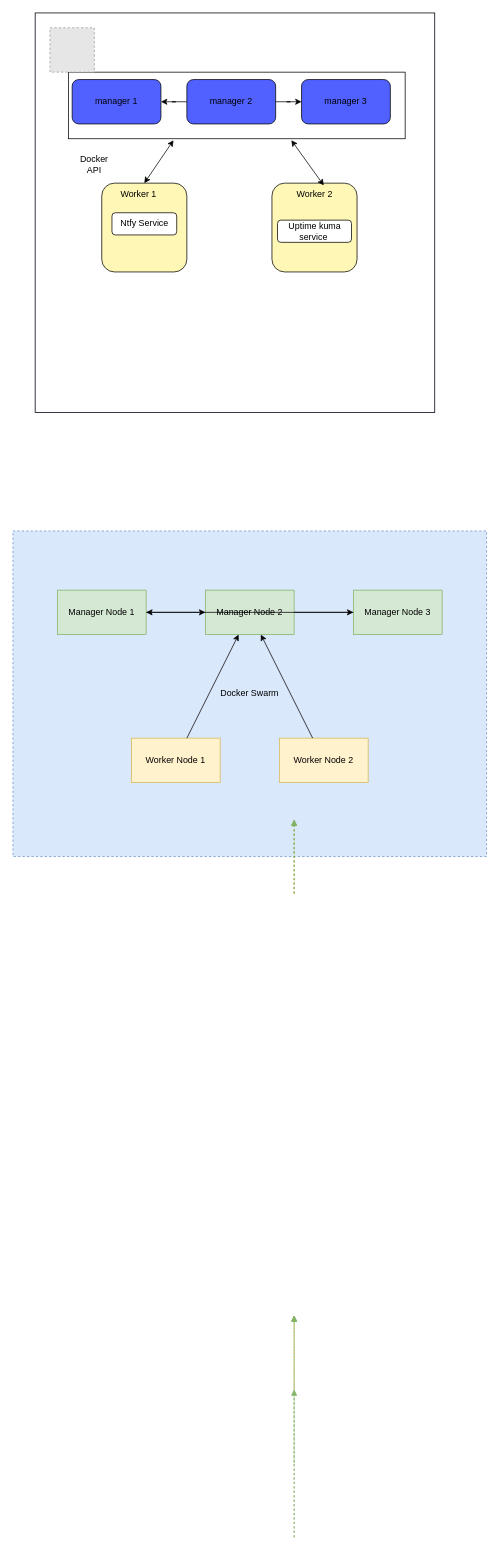
This is Untitled Diagram.drawio from aaiyanna1/drawio, a draw.io file, before an edit. Source tidied: cells renumbered, new cells numbered last; positions are measured from the earlier drawing's top-left corner, leaving out a move shared by most shapes. Both pictures are drawn from the tidied source at 74%, with x=0, y=0 at pixel (13, 13). Pictures stored in the file or linked from it are replaced by grey dashed boxes.
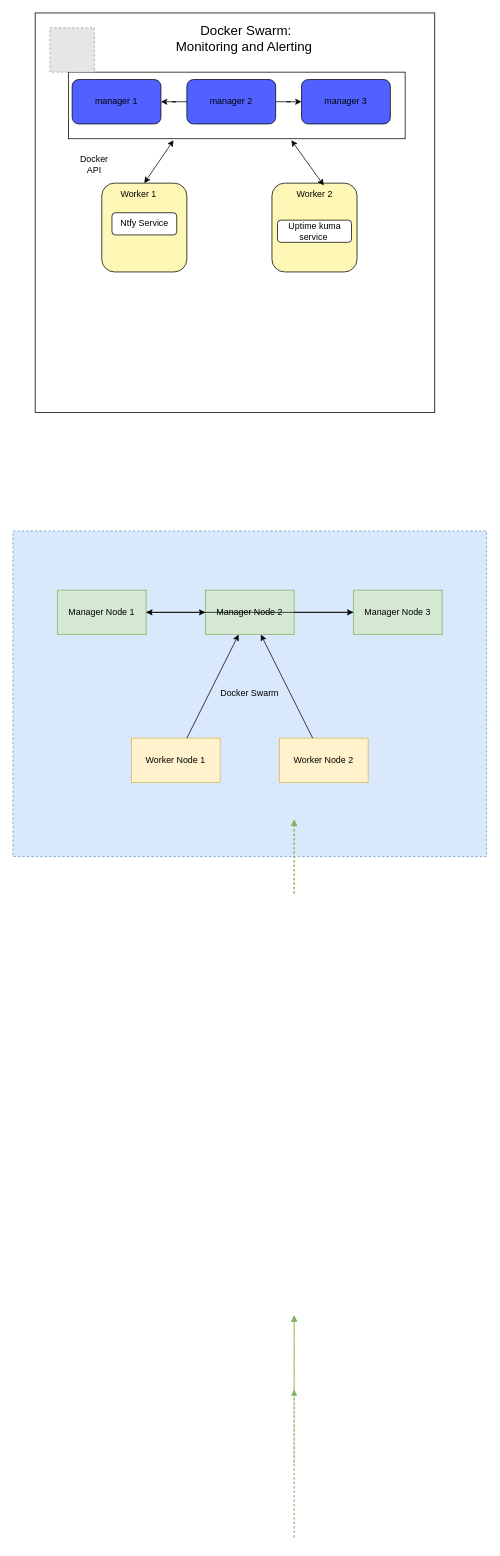
The same page after the edit.

Unchanged cells that the change refers to:
```xml
<mxCell id="2" style="group;fillColor=#5061FF;" parent="1" vertex="1">
  <mxGeometry x="30" width="540" height="540" as="geometry" />
</mxCell>
```

What changed in the source:
```diff
@@
+    <mxCell id="45" value="&lt;font style=&quot;font-size: 18px;&quot;&gt;Docker Swarm: Monitoring and Alerting&amp;nbsp;&lt;/font&gt;" style="text;html=1;whiteSpace=wrap;strokeColor=none;fillColor=none;align=center;verticalAlign=middle;rounded=0;" parent="2" vertex="1">
+      <mxGeometry x="180" y="20" width="210" height="30" as="geometry" />
+    </mxCell>
```
